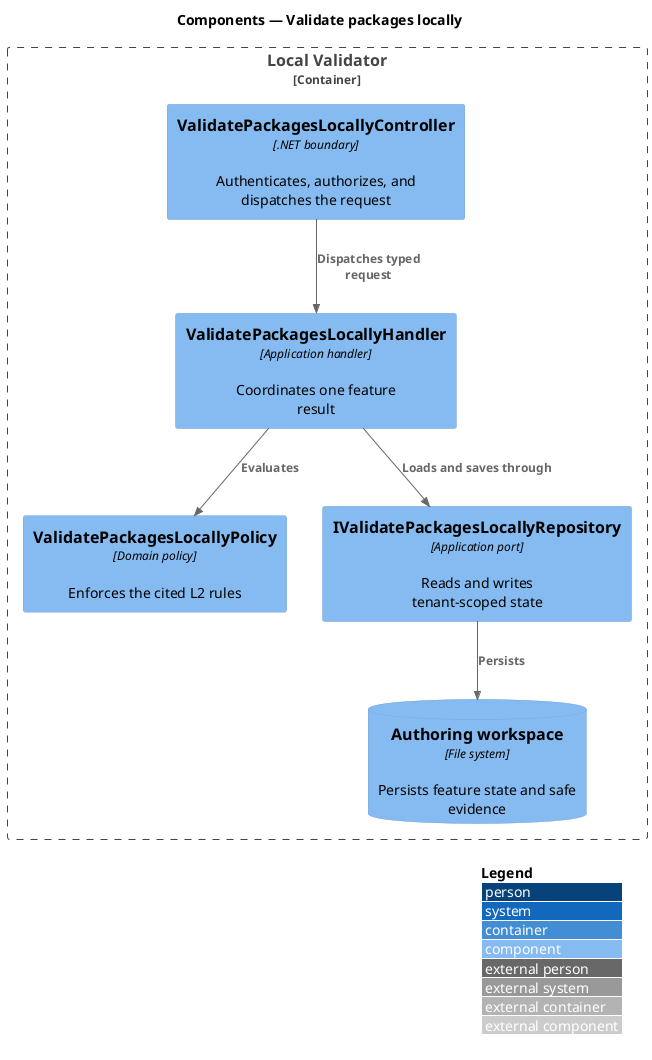
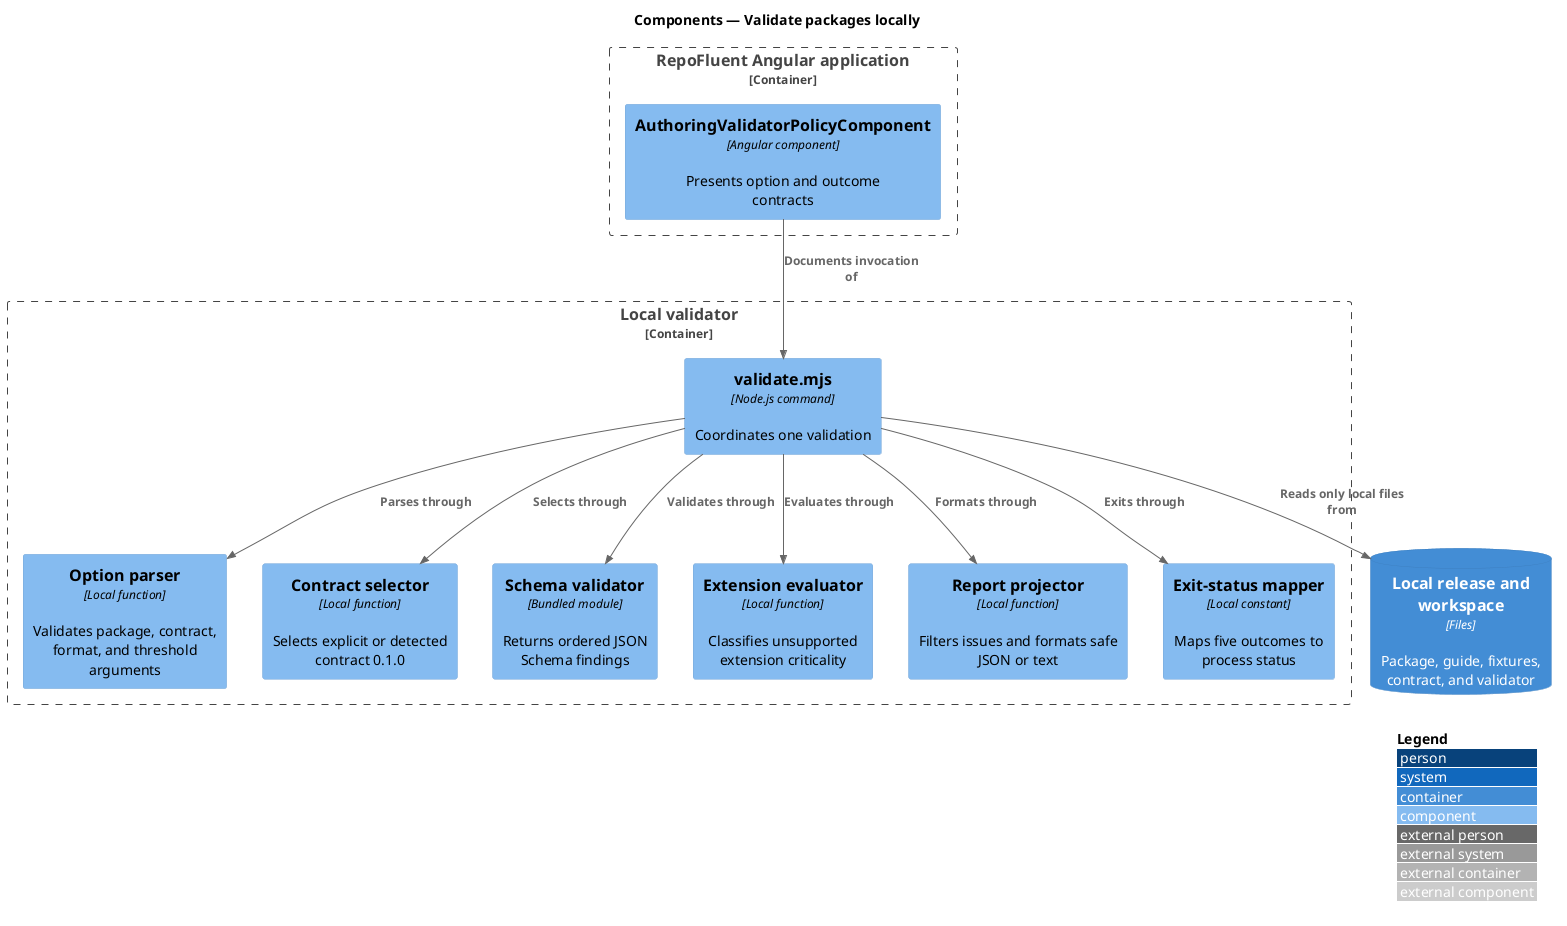
@startuml
!include <C4/C4_Component>
LAYOUT_WITH_LEGEND()
title Components — Validate packages locally

- Container_Boundary(api, "Local Validator") {
-   Component(controller, "ValidatePackagesLocallyController", ".NET boundary", "Authenticates, authorizes, and dispatches the request")
-   Component(handler, "ValidatePackagesLocallyHandler", "Application handler", "Coordinates one feature result")
-   Component(policy, "ValidatePackagesLocallyPolicy", "Domain policy", "Enforces the cited L2 rules")
-   Component(repository, "IValidatePackagesLocallyRepository", "Application port", "Reads and writes tenant-scoped state")
-   ComponentDb(store, "Authoring workspace", "File system", "Persists feature state and safe evidence")
+ Container_Boundary(web, "RepoFluent Angular application") {
+   Component(policyView, "AuthoringValidatorPolicyComponent", "Angular component", "Presents option and outcome contracts")
}
+ Container_Boundary(command, "Local validator") {
+   Component(entry, "validate.mjs", "Node.js command", "Coordinates one validation")
+   Component(parser, "Option parser", "Local function", "Validates package, contract, format, and threshold arguments")
+   Component(selector, "Contract selector", "Local function", "Selects explicit or detected contract 0.1.0")
+   Component(schema, "Schema validator", "Bundled module", "Returns ordered JSON Schema findings")
+   Component(extension, "Extension evaluator", "Local function", "Classifies unsupported extension criticality")
+   Component(projector, "Report projector", "Local function", "Filters issues and formats safe JSON or text")
+   Component(status, "Exit-status mapper", "Local constant", "Maps five outcomes to process status")
+ }
+ ContainerDb(files, "Local release and workspace", "Files", "Package, guide, fixtures, contract, and validator")

- Rel(controller, handler, "Dispatches typed request")
- Rel(handler, policy, "Evaluates")
- Rel(handler, repository, "Loads and saves through")
- Rel(repository, store, "Persists")
+ Rel(policyView, entry, "Documents invocation of")
+ Rel(entry, parser, "Parses through")
+ Rel(entry, selector, "Selects through")
+ Rel(entry, schema, "Validates through")
+ Rel(entry, extension, "Evaluates through")
+ Rel(entry, projector, "Formats through")
+ Rel(entry, status, "Exits through")
+ Rel(entry, files, "Reads only local files from")
@enduml
